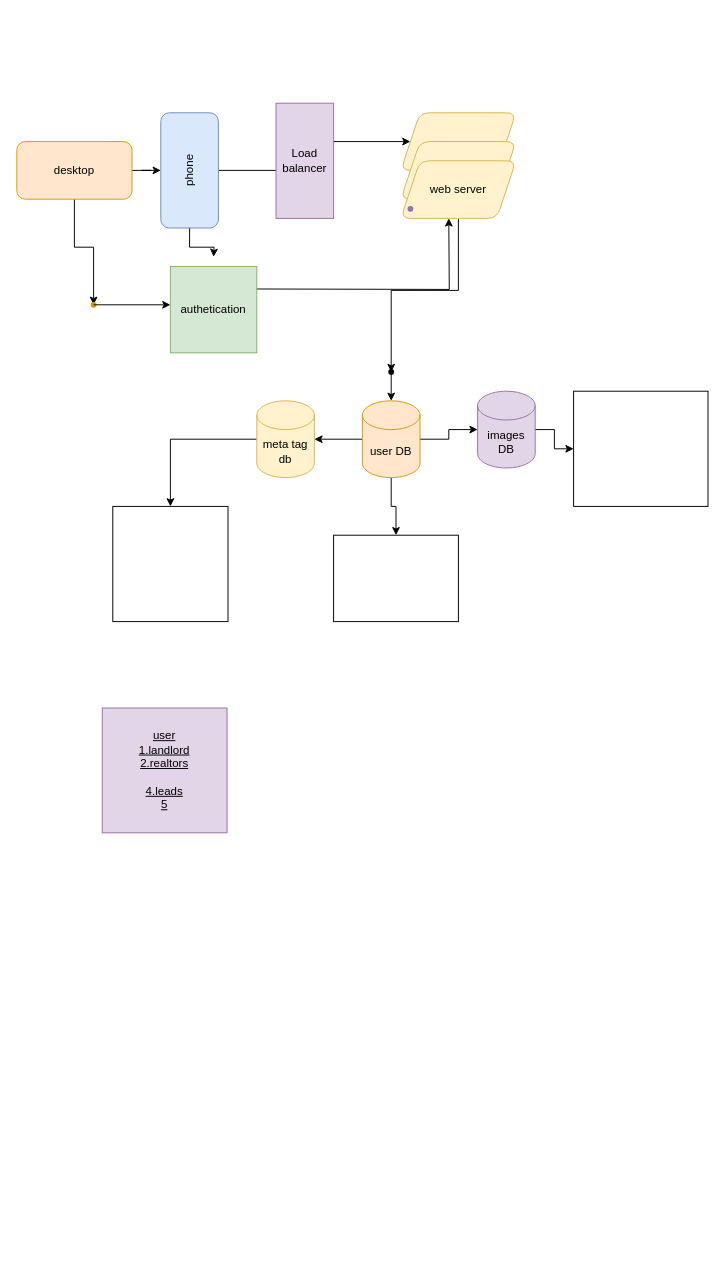
The draw.io diagram Untitled Diagram.drawio in bramwelamud/Animation, before the edit. Source tidied: cells renumbered, new cells numbered last; positions are measured from the earlier drawing's top-left corner, leaving out a move shared by most shapes. Both pictures are drawn from the tidied source at 96%, with x=0, y=0 at pixel (16, 103).
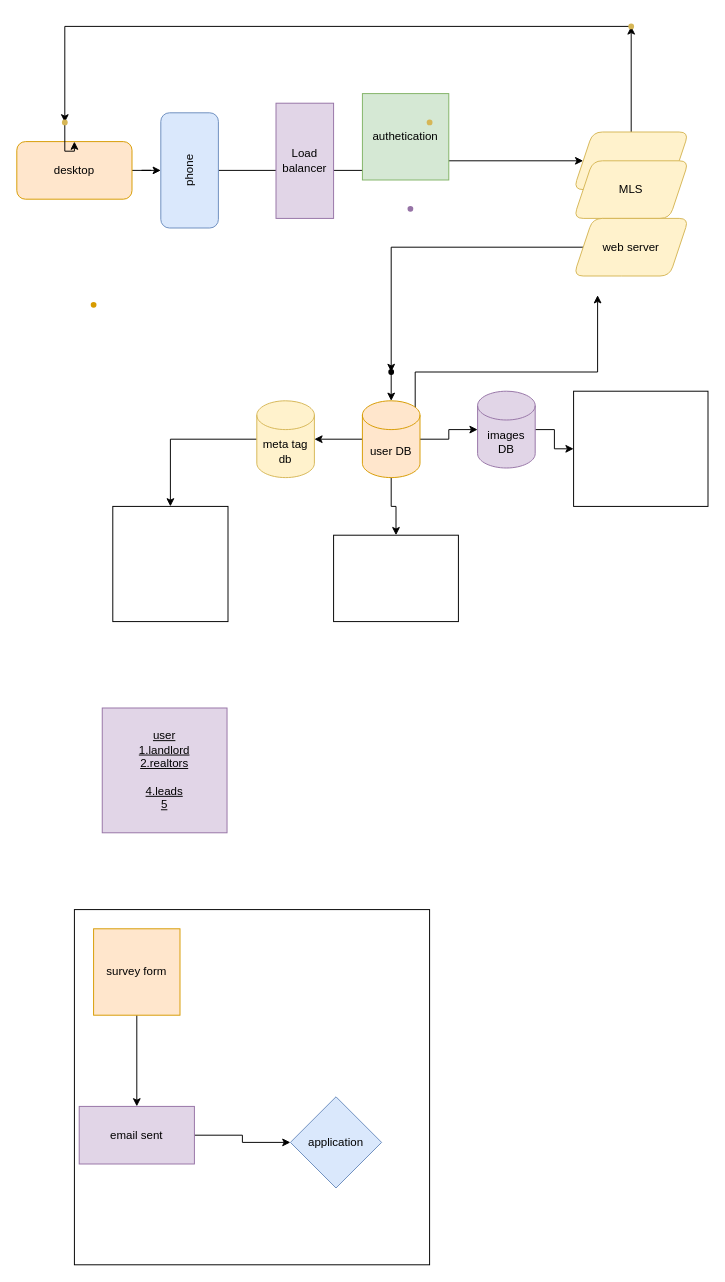
The same diagram, later.

Unchanged cells that the change refers to:
```xml
<mxCell id="4" value="phone" style="rounded=1;whiteSpace=wrap;html=1;rotation=-90;fillColor=#dae8fc;strokeColor=#6c8ebf;" parent="1" vertex="1">
  <mxGeometry x="120" y="40" width="120" height="60" as="geometry" />
</mxCell>
<mxCell id="13" value="user DB" style="shape=cylinder3;whiteSpace=wrap;html=1;boundedLbl=1;backgroundOutline=1;size=15;fillColor=#ffe6cc;strokeColor=#d79b00;" parent="1" vertex="1">
  <mxGeometry x="360" y="310" width="60" height="80" as="geometry" />
</mxCell>
<mxCell id="20" value="desktop" style="rounded=1;whiteSpace=wrap;html=1;fillColor=#ffe6cc;strokeColor=#d79b00;" parent="1" vertex="1">
  <mxGeometry y="40" width="120" height="60" as="geometry" />
</mxCell>
<mxCell id="26" style="shape=waypoint;sketch=0;size=6;points=[];fillColor=#ffe6cc;perimeter=centerPerimeter;snapToPoint=1;strokeColor=#d79b00;rounded=1;" parent="1" vertex="1">
  <mxGeometry x="70" y="200" width="20" height="20" as="geometry" />
</mxCell>
```

Diff of the diagram source:
```diff
@@
-    <mxCell id="3" style="edgeStyle=orthogonalEdgeStyle;rounded=0;jettySize=auto;html=1;" parent="1" edge="1" source="4">
-      <mxGeometry relative="1" as="geometry">
-        <mxPoint x="205" y="160" as="targetPoint" />
-      </mxGeometry>
-    </mxCell>
@@
+    <mxCell id="32" style="edgeStyle=orthogonalEdgeStyle;rounded=0;jettySize=auto;html=1;" parent="1" edge="1" source="5" target="42">
+      <mxGeometry relative="1" as="geometry" />
+    </mxCell>
     <mxCell id="5" style="shape=parallelogram;perimeter=parallelogramPerimeter;whiteSpace=wrap;html=1;fixedSize=1;rounded=1;fillColor=#fff2cc;strokeColor=#d6b656;" parent="1" vertex="1">
-      <mxGeometry x="400" y="10" width="120" height="60" as="geometry" />
+      <mxGeometry x="580" y="30" width="120" height="60" as="geometry" />
     </mxCell>
-    <mxCell id="6" style="shape=parallelogram;perimeter=parallelogramPerimeter;whiteSpace=wrap;html=1;fixedSize=1;rounded=1;fillColor=#fff2cc;strokeColor=#d6b656;" parent="1" vertex="1">
-      <mxGeometry x="400" y="40" width="120" height="60" as="geometry" />
+    <mxCell id="6" value="MLS" style="shape=parallelogram;perimeter=parallelogramPerimeter;whiteSpace=wrap;html=1;fixedSize=1;rounded=1;fillColor=#fff2cc;strokeColor=#d6b656;" parent="1" vertex="1">
+      <mxGeometry x="580" y="60" width="120" height="60" as="geometry" />
     </mxCell>
@@
     <mxCell id="8" value="web server" style="shape=parallelogram;perimeter=parallelogramPerimeter;whiteSpace=wrap;html=1;fixedSize=1;rounded=1;fillColor=#fff2cc;strokeColor=#d6b656;" parent="1" vertex="1">
-      <mxGeometry x="400" y="60" width="120" height="60" as="geometry" />
+      <mxGeometry x="580" y="120" width="120" height="60" as="geometry" />
     </mxCell>
+    <mxCell id="33" style="edgeStyle=orthogonalEdgeStyle;rounded=0;jettySize=auto;html=1;entryX=0;entryY=1;entryDx=0;entryDy=0;exitX=1;exitY=0;exitDx=0;exitDy=15;exitPerimeter=0;" parent="1" edge="1" source="13">
+      <mxGeometry relative="1" as="geometry">
+        <mxPoint x="605" y="200" as="targetPoint" />
+        <Array as="points">
+          <mxPoint x="415" y="325" />
+          <mxPoint x="415" y="280" />
+          <mxPoint x="605" y="280" />
+        </Array>
+      </mxGeometry>
+    </mxCell>
@@
-    <mxCell id="18" style="edgeStyle=orthogonalEdgeStyle;rounded=0;jettySize=auto;html=1;" parent="1" edge="1" source="20" target="26">
-      <mxGeometry relative="1" as="geometry" />
-    </mxCell>
@@
-    <mxCell id="25" style="edgeStyle=orthogonalEdgeStyle;rounded=0;orthogonalLoop=1;jettySize=auto;html=1;exitX=0.862;exitY=0.335;exitDx=0;exitDy=0;exitPerimeter=0;" parent="1" edge="1">
-      <mxGeometry relative="1" as="geometry">
-        <mxPoint x="237.6" y="193.5" as="sourcePoint" />
-        <mxPoint x="450" y="120" as="targetPoint" />
-      </mxGeometry>
-    </mxCell>
@@
-    <mxCell id="27" style="endArrow=classic;html=1;rounded=0;entryX=0;entryY=0.5;entryDx=0;entryDy=0;exitX=0.449;exitY=1.095;exitDx=0;exitDy=0;exitPerimeter=0;" parent="1" edge="1" source="26">
-      <mxGeometry relative="1" as="geometry">
-        <mxPoint x="160" y="210" as="targetPoint" />
-      </mxGeometry>
-    </mxCell>
@@
     <mxCell id="29" value="authetication" style="whiteSpace=wrap;html=1;fillColor=#d5e8d4;strokeColor=#82b366;" parent="1" vertex="1">
-      <mxGeometry x="160" y="170" width="90" height="90" as="geometry" />
+      <mxGeometry x="360" y="-10" width="90" height="90" as="geometry" />
     </mxCell>
@@
+    <mxCell id="34" style="whiteSpace=wrap;html=1;" parent="1" vertex="1">
+      <mxGeometry x="60" y="840" width="370" height="370" as="geometry" />
+    </mxCell>
+    <mxCell id="35" style="edgeStyle=orthogonalEdgeStyle;rounded=0;jettySize=auto;html=1;" parent="1" edge="1" source="36" target="38">
+      <mxGeometry relative="1" as="geometry" />
+    </mxCell>
+    <mxCell id="36" value="survey form" style="whiteSpace=wrap;html=1;fillColor=#ffe6cc;strokeColor=#d79b00;" parent="1" vertex="1">
+      <mxGeometry x="80" y="860" width="90" height="90" as="geometry" />
+    </mxCell>
+    <mxCell id="37" style="edgeStyle=orthogonalEdgeStyle;rounded=0;jettySize=auto;html=1;" parent="1" edge="1" source="38" target="39">
+      <mxGeometry relative="1" as="geometry" />
+    </mxCell>
+    <mxCell id="38" value="email sent" style="whiteSpace=wrap;html=1;fillColor=#e1d5e7;strokeColor=#9673a6;" parent="1" vertex="1">
+      <mxGeometry x="65" y="1045" width="120" height="60" as="geometry" />
+    </mxCell>
+    <mxCell id="39" value="application" style="rhombus;whiteSpace=wrap;html=1;fillColor=#dae8fc;strokeColor=#6c8ebf;" parent="1" vertex="1">
+      <mxGeometry x="285" y="1035" width="95" height="95" as="geometry" />
+    </mxCell>
+    <mxCell id="40" style="shape=waypoint;sketch=0;size=6;fillColor=#fff2cc;perimeter=centerPerimeter;strokeColor=#d6b656;rounded=1;" parent="1" vertex="1">
+      <mxGeometry x="420" y="10" width="20" height="20" as="geometry" />
+    </mxCell>
+    <mxCell id="41" style="edgeStyle=orthogonalEdgeStyle;rounded=0;jettySize=auto;html=1;" parent="1" edge="1" source="42" target="44">
+      <mxGeometry relative="1" as="geometry" />
+    </mxCell>
+    <mxCell id="42" style="shape=waypoint;sketch=0;size=6;points=[];fillColor=#fff2cc;perimeter=centerPerimeter;snapToPoint=1;strokeColor=#d6b656;rounded=1;" parent="1" vertex="1">
+      <mxGeometry x="630" y="-90" width="20" height="20" as="geometry" />
+    </mxCell>
+    <mxCell id="43" style="edgeStyle=orthogonalEdgeStyle;rounded=0;jettySize=auto;html=1;" parent="1" edge="1" source="44" target="20">
+      <mxGeometry relative="1" as="geometry" />
+    </mxCell>
+    <mxCell id="44" style="shape=waypoint;sketch=0;size=6;points=[];fillColor=#fff2cc;perimeter=centerPerimeter;snapToPoint=1;strokeColor=#d6b656;rounded=1;" parent="1" vertex="1">
+      <mxGeometry x="40" y="10" width="20" height="20" as="geometry" />
+    </mxCell>
```
